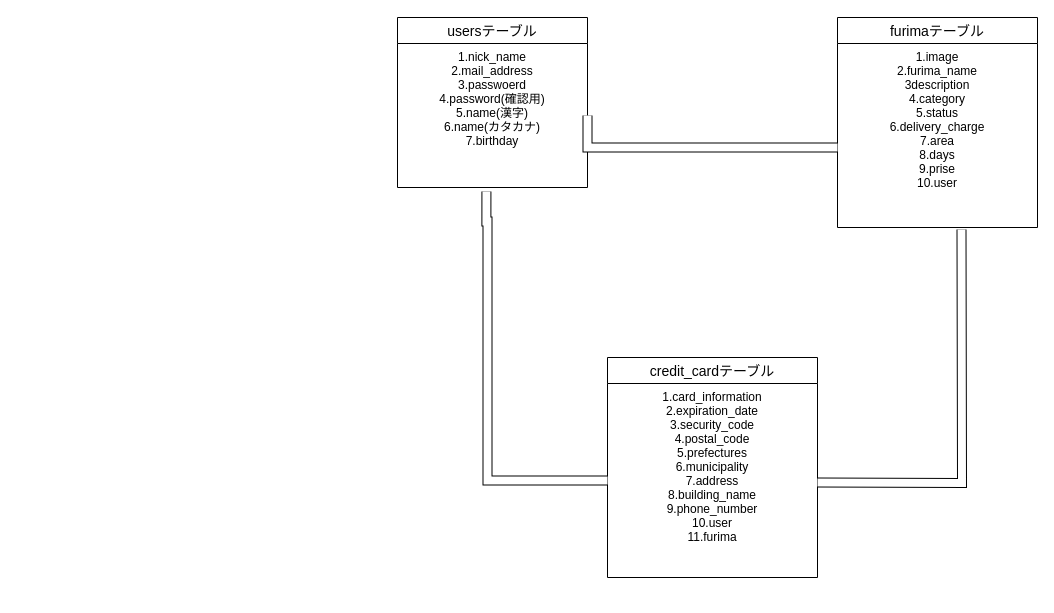
yusuke0927/furima-32875 keeps this draw.io diagram as furima-32875.dio. Above is the earlier version. Source tidied: cells renumbered, new cells numbered last; positions are measured from the earlier drawing's top-left corner, leaving out a move shared by most shapes. Both pictures are drawn from the tidied source at 100%, with x=0, y=0 at pixel (397, 17).
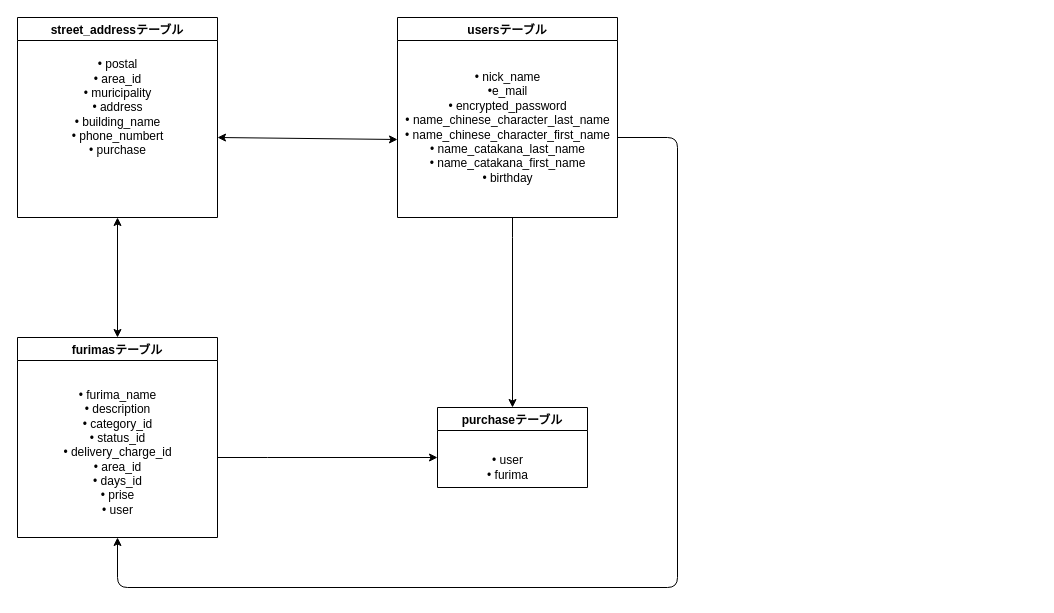
The same page after the edit.

What changed in the source:
```diff
@@
     <mxCell id="2" style="shape=link;html=1;entryX=1;entryY=0.315;entryDx=0;entryDy=0;entryPerimeter=0;" parent="1" edge="1">
       <mxGeometry relative="1" as="geometry">
-        <mxPoint x="200" y="57" as="sourcePoint" />
-        <mxPoint x="200" y="57" as="targetPoint" />
+        <mxPoint x="-170" y="47" as="sourcePoint" />
+        <mxPoint x="-170" y="47" as="targetPoint" />
       </mxGeometry>
     </mxCell>
+    <mxCell id="12" value="street_addressテーブル" style="swimlane;align=center;" parent="1" vertex="1">
+      <mxGeometry x="-380" width="200" height="200" as="geometry" />
+    </mxCell>
+    <mxCell id="13" value="• postal&lt;br&gt;• area_id&lt;br&gt;• muricipality&lt;br&gt;• address&lt;br&gt;• building_name&lt;br&gt;• phone_numbert&lt;br&gt;• purchase" style="text;html=1;align=center;verticalAlign=middle;" parent="12" vertex="1">
+      <mxGeometry x="45" y="40" width="110" height="100" as="geometry" />
+    </mxCell>
+    <mxCell id="14" style="edgeStyle=orthogonalEdgeStyle;rounded=0;jettySize=auto;html=1;entryX=0.5;entryY=0;entryDx=0;entryDy=0;" parent="1" edge="1" source="3" target="19">
+      <mxGeometry relative="1" as="geometry">
+        <Array as="points">
+          <mxPoint x="115" y="220" />
+          <mxPoint x="115" y="220" />
+        </Array>
+      </mxGeometry>
+    </mxCell>
-    <mxCell id="3" value="usersテーブル" style="swimlane;fontStyle=0;horizontal=1;startSize=26;align=center;fontSize=14;" parent="1" vertex="1">
-      <mxGeometry width="190" height="170" as="geometry" />
+    <mxCell id="3" value="usersテーブル" style="swimlane;align=center;" parent="1" vertex="1">
+      <mxGeometry width="220" height="200" as="geometry" />
     </mxCell>
-    <mxCell id="4" value="1.nick_name&#10;2.mail_address&#10;3.passwoerd&#10;4.password(確認用)&#10;5.name(漢字)&#10;6.name(カタカナ)&#10;7.birthday&#10; &#10;" style="text;strokeColor=none;fillColor=none;spacingLeft=4;spacingRight=4;overflow=hidden;points=[[0,0.5],[1,0.5]];portConstraint=eastwest;fontSize=12;align=center;" parent="3" vertex="1">
-      <mxGeometry y="26" width="190" height="144" as="geometry" />
-    </mxCell>
-    <mxCell id="5" value="furimaテーブル" style="swimlane;fontStyle=0;horizontal=1;startSize=26;align=center;fontSize=14;" parent="1" vertex="1">
-      <mxGeometry x="440" width="200" height="210" as="geometry" />
-    </mxCell>
-    <mxCell id="6" value="1.image&#10;2.furima_name&#10;3description&#10;4.category&#10;5.status&#10;6.delivery_charge&#10;7.area&#10;8.days&#10;9.prise&#10;10.user" style="text;strokeColor=none;fillColor=none;spacingLeft=4;spacingRight=4;overflow=hidden;points=[[0,0.5],[1,0.5]];portConstraint=eastwest;fontSize=12;align=center;" parent="5" vertex="1">
-      <mxGeometry y="26" width="200" height="184" as="geometry" />
-    </mxCell>
-    <mxCell id="7" value="credit_cardテーブル" style="swimlane;fontStyle=0;horizontal=1;startSize=26;align=center;fontSize=14;" parent="1" vertex="1">
-      <mxGeometry x="210" y="340" width="210" height="220" as="geometry" />
-    </mxCell>
-    <mxCell id="8" value="1.card_information&#10;2.expiration_date&#10;3.security_code&#10;4.postal_code&#10;5.prefectures&#10;6.municipality&#10;7.address&#10;8.building_name&#10;9.phone_number&#10;10.user&#10;11.furima" style="text;strokeColor=none;fillColor=none;spacingLeft=4;spacingRight=4;overflow=hidden;points=[[0,0.5],[1,0.5]];portConstraint=eastwest;fontSize=12;align=center;" parent="7" vertex="1">
-      <mxGeometry y="26" width="210" height="194" as="geometry" />
-    </mxCell>
-    <mxCell id="9" style="shape=filledEdge;rounded=0;fixDash=1;endArrow=none;strokeWidth=10;fillColor=#ffffff;edgeStyle=orthogonalEdgeStyle;" parent="1" edge="1">
-      <mxGeometry relative="1" as="geometry">
-        <mxPoint x="420" y="465" as="sourcePoint" />
-        <mxPoint x="564" y="212" as="targetPoint" />
-      </mxGeometry>
-    </mxCell>
-    <mxCell id="10" style="shape=filledEdge;rounded=0;fixDash=1;endArrow=none;strokeWidth=10;fillColor=#ffffff;edgeStyle=orthogonalEdgeStyle;entryX=0;entryY=0.5;entryDx=0;entryDy=0;exitX=0.468;exitY=1.028;exitDx=0;exitDy=0;exitPerimeter=0;" parent="1" edge="1" source="4" target="8">
-      <mxGeometry relative="1" as="geometry">
-        <Array as="points">
-          <mxPoint x="90" y="204" />
-          <mxPoint x="90" y="463" />
-        </Array>
-      </mxGeometry>
-    </mxCell>
-    <mxCell id="11" style="shape=filledEdge;rounded=0;fixDash=1;endArrow=none;strokeWidth=10;fillColor=#ffffff;edgeStyle=orthogonalEdgeStyle;exitX=1;exitY=0.5;exitDx=0;exitDy=0;" parent="1" edge="1" source="4" target="6">
-      <mxGeometry relative="1" as="geometry">
-        <Array as="points">
-          <mxPoint x="190" y="130" />
-        </Array>
-      </mxGeometry>
-    </mxCell>
+    <mxCell id="15" value="• nick_name&lt;br&gt;•e_mail&lt;br&gt;• encrypted_password&lt;br&gt;• name_chinese_character_last_name&lt;br&gt;• name_chinese_character_first_name&lt;br&gt;• name_catakana_last_name&lt;br&gt;• name_catakana_first_name&lt;br&gt;• birthday" style="text;html=1;align=center;verticalAlign=middle;" parent="3" vertex="1">
+      <mxGeometry y="50" width="220" height="120" as="geometry" />
+    </mxCell>
+    <mxCell id="16" style="edgeStyle=orthogonalEdgeStyle;rounded=0;jettySize=auto;html=1;" parent="1" edge="1" source="17">
+      <mxGeometry relative="1" as="geometry">
+        <mxPoint x="40" y="440" as="targetPoint" />
+        <Array as="points">
+          <mxPoint x="-130" y="440" />
+          <mxPoint x="-130" y="440" />
+        </Array>
+      </mxGeometry>
+    </mxCell>
+    <mxCell id="17" value="furimasテーブル" style="swimlane;align=center;" parent="1" vertex="1">
+      <mxGeometry x="-380" y="320" width="200" height="200" as="geometry" />
+    </mxCell>
+    <mxCell id="18" value="• furima_name&lt;br&gt;• description&lt;br&gt;• category_id&lt;br&gt;• status_id&lt;br&gt;• delivery_charge_id&lt;br&gt;• area_id&lt;br&gt;• days_id&lt;br&gt;• prise&lt;br&gt;• user" style="text;html=1;align=center;verticalAlign=middle;" parent="17" vertex="1">
+      <mxGeometry x="40" y="50" width="120" height="130" as="geometry" />
+    </mxCell>
+    <mxCell id="19" value="purchaseテーブル" style="swimlane;align=center;" parent="1" vertex="1">
+      <mxGeometry x="40" y="390" width="150" height="80" as="geometry" />
+    </mxCell>
+    <mxCell id="20" value="• user&lt;br&gt;• furima" style="text;html=1;align=center;verticalAlign=middle;" parent="19" vertex="1">
+      <mxGeometry x="40" y="45" width="60" height="30" as="geometry" />
+    </mxCell>
+    <mxCell id="21" style="endArrow=classic;html=1;entryX=0.5;entryY=1;entryDx=0;entryDy=0;" parent="1" edge="1" target="17">
+      <mxGeometry relative="1" as="geometry">
+        <mxPoint x="220" y="120" as="sourcePoint" />
+        <Array as="points">
+          <mxPoint x="280" y="120" />
+          <mxPoint x="280" y="570" />
+          <mxPoint x="-280" y="570" />
+        </Array>
+      </mxGeometry>
+    </mxCell>
+    <mxCell id="22" style="endArrow=classic;startArrow=classic;html=1;" parent="1" edge="1">
+      <mxGeometry relative="1" as="geometry">
+        <mxPoint x="-180" y="120" as="sourcePoint" />
+        <mxPoint y="122" as="targetPoint" />
+      </mxGeometry>
+    </mxCell>
+    <mxCell id="23" style="endArrow=classic;startArrow=classic;html=1;entryX=0.5;entryY=1;entryDx=0;entryDy=0;exitX=0.5;exitY=0;exitDx=0;exitDy=0;" parent="1" edge="1" source="17" target="12">
+      <mxGeometry relative="1" as="geometry" />
+    </mxCell>
```
